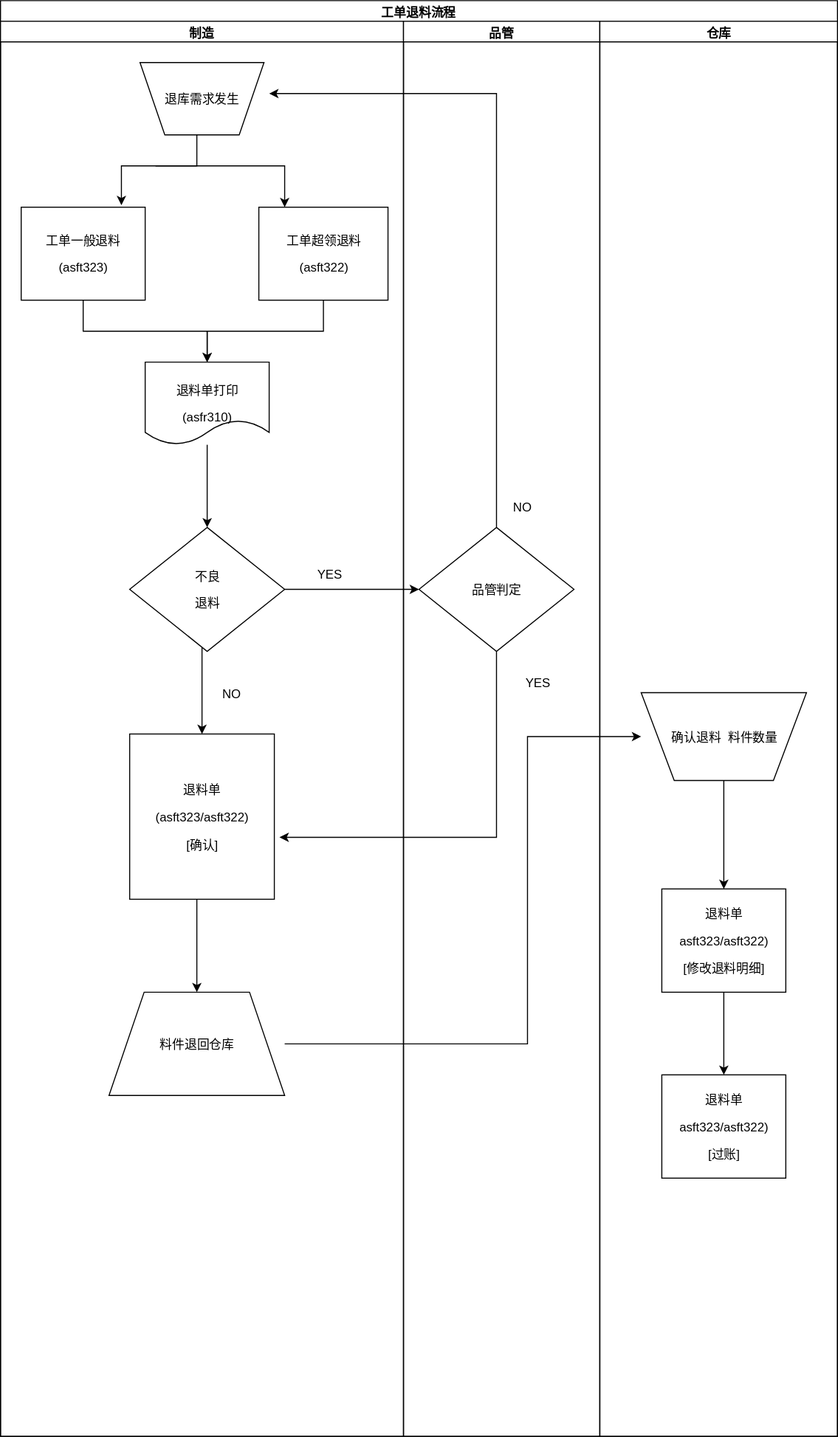
This is ver01/ASF011.svg from ft2017/sop, a draw.io export, as it was before one commit. Source tidied: cells renumbered, new cells last; positions are measured from the earlier drawing's top-left corner, leaving out a move shared by most shapes. Its diagram source:
```xml
<mxGraphModel background="#ffffff">
  <root>
    <mxCell id="0" />
    <mxCell id="1" parent="0" />
    <mxCell id="2" value="&lt;b&gt;&lt;span&gt;工单退料流程&lt;/span&gt;&lt;/b&gt;" style="swimlane;html=1;startSize=20;" parent="1" vertex="1">
      <mxGeometry width="810" height="1390" as="geometry" />
    </mxCell>
    <mxCell id="3" value="制造" style="swimlane;html=1;startSize=20;" parent="2" vertex="1">
      <mxGeometry y="20" width="390" height="1370" as="geometry" />
    </mxCell>
    <mxCell id="4" style="edgeStyle=orthogonalEdgeStyle;rounded=0;html=1;entryX=0.808;entryY=-0.022;entryPerimeter=0;jettySize=auto;" parent="3" edge="1" source="5" target="7">
      <mxGeometry relative="1" as="geometry">
        <Array as="points">
          <mxPoint x="190" y="140" />
          <mxPoint x="117" y="140" />
        </Array>
      </mxGeometry>
    </mxCell>
    <mxCell id="5" value="退库需求发生" style="shape=trapezoid;whiteSpace=wrap;html=1;flipV=1;" parent="3" vertex="1">
      <mxGeometry x="135" y="40" width="120" height="70" as="geometry" />
    </mxCell>
    <mxCell id="6" style="edgeStyle=elbowEdgeStyle;rounded=0;html=1;entryX=0.5;entryY=0;jettySize=auto;" parent="3" edge="1" source="7" target="10">
      <mxGeometry relative="1" as="geometry" />
    </mxCell>
    <mxCell id="7" value="&lt;p&gt;&lt;span&gt;工单一般退料&lt;/span&gt;&lt;/p&gt;&lt;p align=&quot;center&quot;&gt;&lt;span lang=&quot;EN-US&quot;&gt;(asft323)&lt;/span&gt;&lt;/p&gt;" style="whiteSpace=wrap;html=1;" parent="3" vertex="1">
      <mxGeometry x="20" y="180" width="120" height="90" as="geometry" />
    </mxCell>
    <mxCell id="8" value="&lt;p&gt;&lt;span&gt;工单超领退料&lt;/span&gt;&lt;/p&gt;&lt;p align=&quot;center&quot;&gt;&lt;span lang=&quot;EN-US&quot;&gt;(asft322)&lt;/span&gt;&lt;/p&gt;" style="whiteSpace=wrap;html=1;" parent="3" vertex="1">
      <mxGeometry x="250" y="180" width="125" height="90" as="geometry" />
    </mxCell>
    <mxCell id="9" style="edgeStyle=elbowEdgeStyle;rounded=0;html=1;entryX=0.5;entryY=0;jettySize=auto;" parent="3" edge="1" source="10" target="12">
      <mxGeometry relative="1" as="geometry" />
    </mxCell>
    <mxCell id="10" value="&lt;p align=&quot;center&quot;&gt;&lt;span&gt;退料单打印&lt;/span&gt;&lt;/p&gt;&lt;p align=&quot;center&quot;&gt;&lt;span lang=&quot;EN-US&quot;&gt;(asfr310)&lt;/span&gt;&lt;/p&gt;" style="shape=document;whiteSpace=wrap;html=1;" parent="3" vertex="1">
      <mxGeometry x="140" y="330" width="120" height="80" as="geometry" />
    </mxCell>
    <mxCell id="11" style="edgeStyle=elbowEdgeStyle;rounded=0;html=1;entryX=0.5;entryY=0;jettySize=auto;" parent="3" edge="1" source="12" target="14">
      <mxGeometry relative="1" as="geometry" />
    </mxCell>
    <mxCell id="12" value="&lt;p align=&quot;center&quot;&gt;&lt;span&gt;不良&lt;/span&gt;&lt;/p&gt;&lt;p align=&quot;center&quot;&gt;&lt;span&gt;退料&lt;/span&gt;&lt;/p&gt;" style="rhombus;whiteSpace=wrap;html=1;" parent="3" vertex="1">
      <mxGeometry x="125" y="490" width="150" height="120" as="geometry" />
    </mxCell>
    <mxCell id="13" style="edgeStyle=elbowEdgeStyle;rounded=0;html=1;entryX=0.5;entryY=0;jettySize=auto;" parent="3" edge="1" source="14" target="15">
      <mxGeometry relative="1" as="geometry" />
    </mxCell>
    <mxCell id="14" value="&lt;p align=&quot;center&quot;&gt;&lt;span&gt;退料单&lt;/span&gt;&lt;/p&gt;&lt;p align=&quot;center&quot;&gt;&lt;span lang=&quot;EN-US&quot;&gt;(asft323/asft322)&lt;/span&gt;&lt;/p&gt;&lt;p align=&quot;center&quot;&gt;&lt;span lang=&quot;EN-US&quot;&gt;[&lt;/span&gt;&lt;span&gt;确认&lt;span lang=&quot;EN-US&quot;&gt;]&lt;/span&gt;&lt;/span&gt;&lt;/p&gt;" style="whiteSpace=wrap;html=1;" parent="3" vertex="1">
      <mxGeometry x="125" y="690" width="140" height="160" as="geometry" />
    </mxCell>
    <mxCell id="15" value="&lt;p align=&quot;center&quot;&gt;&lt;span&gt;料件退回仓库&lt;/span&gt;&lt;/p&gt;" style="shape=trapezoid;whiteSpace=wrap;html=1;" parent="3" vertex="1">
      <mxGeometry x="105" y="940" width="170" height="100" as="geometry" />
    </mxCell>
    <mxCell id="16" style="edgeStyle=elbowEdgeStyle;rounded=0;html=1;jettySize=auto;orthogonalLoop=1;" parent="3" edge="1">
      <mxGeometry relative="1" as="geometry">
        <mxPoint x="150" y="140" as="sourcePoint" />
        <mxPoint x="275" y="180" as="targetPoint" />
        <Array as="points">
          <mxPoint x="275" y="140" />
        </Array>
      </mxGeometry>
    </mxCell>
    <mxCell id="17" value="品管" style="swimlane;html=1;startSize=20;" parent="2" vertex="1">
      <mxGeometry x="390" y="20" width="190" height="1370" as="geometry" />
    </mxCell>
    <mxCell id="18" value="&lt;p align=&quot;center&quot;&gt;&lt;span&gt;品管判定&lt;/span&gt;&lt;/p&gt;" style="rhombus;whiteSpace=wrap;html=1;" parent="17" vertex="1">
      <mxGeometry x="15" y="490" width="150" height="120" as="geometry" />
    </mxCell>
    <mxCell id="19" value="NO" style="text;html=1;strokeColor=none;fillColor=none;align=center;verticalAlign=middle;whiteSpace=wrap;" parent="17" vertex="1">
      <mxGeometry x="95" y="460" width="40" height="20" as="geometry" />
    </mxCell>
    <mxCell id="20" value="YES" style="text;html=1;strokeColor=none;fillColor=none;align=center;verticalAlign=middle;whiteSpace=wrap;" parent="17" vertex="1">
      <mxGeometry x="110" y="630" width="40" height="20" as="geometry" />
    </mxCell>
    <mxCell id="21" value="仓库" style="swimlane;html=1;startSize=20;align=center;whiteSpace=wrap;" parent="2" vertex="1">
      <mxGeometry x="580" y="20" width="230" height="1370" as="geometry" />
    </mxCell>
    <mxCell id="22" style="edgeStyle=elbowEdgeStyle;rounded=0;html=1;entryX=0.5;entryY=0;jettySize=auto;" parent="21" edge="1" source="23" target="25">
      <mxGeometry relative="1" as="geometry" />
    </mxCell>
    <mxCell id="23" value="&lt;p align=&quot;center&quot;&gt;&lt;span&gt;确认退料&amp;nbsp; 料件数量&lt;/span&gt;&lt;/p&gt;" style="shape=trapezoid;whiteSpace=wrap;html=1;flipV=1;" parent="21" vertex="1">
      <mxGeometry x="40" y="650" width="160" height="85" as="geometry" />
    </mxCell>
    <mxCell id="24" style="edgeStyle=elbowEdgeStyle;rounded=0;html=1;jettySize=auto;" parent="21" edge="1" source="25" target="26">
      <mxGeometry relative="1" as="geometry" />
    </mxCell>
    <mxCell id="25" value="&lt;p align=&quot;center&quot;&gt;&lt;span&gt;退料单&lt;/span&gt;&lt;/p&gt;&lt;p align=&quot;center&quot;&gt;&lt;span lang=&quot;EN-US&quot;&gt;asft323/asft322)&lt;/span&gt;&lt;/p&gt;&lt;p align=&quot;center&quot;&gt;&lt;span lang=&quot;EN-US&quot;&gt;[&lt;/span&gt;&lt;span&gt;修改退料明细&lt;/span&gt;&lt;span lang=&quot;EN-US&quot;&gt;]&lt;/span&gt;&lt;/p&gt;" style="whiteSpace=wrap;html=1;align=center;" parent="21" vertex="1">
      <mxGeometry x="60" y="840" width="120" height="100" as="geometry" />
    </mxCell>
    <mxCell id="26" value="&lt;p align=&quot;center&quot;&gt;&lt;span&gt;退料单&lt;/span&gt;&lt;/p&gt;&lt;p align=&quot;center&quot;&gt;&lt;span lang=&quot;EN-US&quot;&gt;asft323/asft322)&lt;/span&gt;&lt;/p&gt;&lt;p align=&quot;center&quot;&gt;&lt;span lang=&quot;EN-US&quot;&gt;[&lt;/span&gt;&lt;span&gt;过账&lt;span lang=&quot;EN-US&quot;&gt;]&lt;/span&gt;&lt;/span&gt;&lt;/p&gt;" style="whiteSpace=wrap;html=1;align=center;" parent="21" vertex="1">
      <mxGeometry x="60" y="1020" width="120" height="100" as="geometry" />
    </mxCell>
    <mxCell id="27" style="edgeStyle=elbowEdgeStyle;rounded=0;html=1;jettySize=auto;" parent="2" edge="1" source="12" target="18">
      <mxGeometry relative="1" as="geometry" />
    </mxCell>
    <mxCell id="28" style="edgeStyle=elbowEdgeStyle;rounded=0;elbow=vertical;html=1;jettySize=auto;" parent="2" edge="1" source="18">
      <mxGeometry relative="1" as="geometry">
        <mxPoint x="260" y="90" as="targetPoint" />
        <Array as="points">
          <mxPoint x="270" y="90" />
          <mxPoint x="240" y="90" />
          <mxPoint x="250" y="90" />
          <mxPoint x="460" y="90" />
        </Array>
      </mxGeometry>
    </mxCell>
    <mxCell id="29" style="edgeStyle=elbowEdgeStyle;rounded=0;html=1;jettySize=auto;" parent="2" edge="1" source="15" target="23">
      <mxGeometry relative="1" as="geometry">
        <Array as="points">
          <mxPoint x="510" y="870" />
        </Array>
      </mxGeometry>
    </mxCell>
    <mxCell id="30" style="edgeStyle=elbowEdgeStyle;rounded=0;html=1;jettySize=auto;elbow=vertical;" parent="1" edge="1" source="8">
      <mxGeometry relative="1" as="geometry">
        <mxPoint x="200" y="350" as="targetPoint" />
      </mxGeometry>
    </mxCell>
    <mxCell id="31" value="YES" style="text;html=1;align=left;verticalAlign=top;spacingTop=-4;" parent="1" vertex="1">
      <mxGeometry x="305" y="546" width="40" height="20" as="geometry" />
    </mxCell>
    <mxCell id="32" value="NO" style="text;html=1;align=left;verticalAlign=top;spacingTop=-4;" parent="1" vertex="1">
      <mxGeometry x="213" y="662" width="30" height="20" as="geometry" />
    </mxCell>
    <mxCell id="33" style="edgeStyle=elbowEdgeStyle;rounded=0;elbow=vertical;html=1;jettySize=auto;" parent="1" edge="1" source="18">
      <mxGeometry relative="1" as="geometry">
        <mxPoint x="270" y="810" as="targetPoint" />
        <Array as="points">
          <mxPoint x="390" y="810" />
          <mxPoint x="470" y="810" />
          <mxPoint x="320" y="690" />
          <mxPoint x="420" y="660" />
        </Array>
      </mxGeometry>
    </mxCell>
  </root>
</mxGraphModel>
```
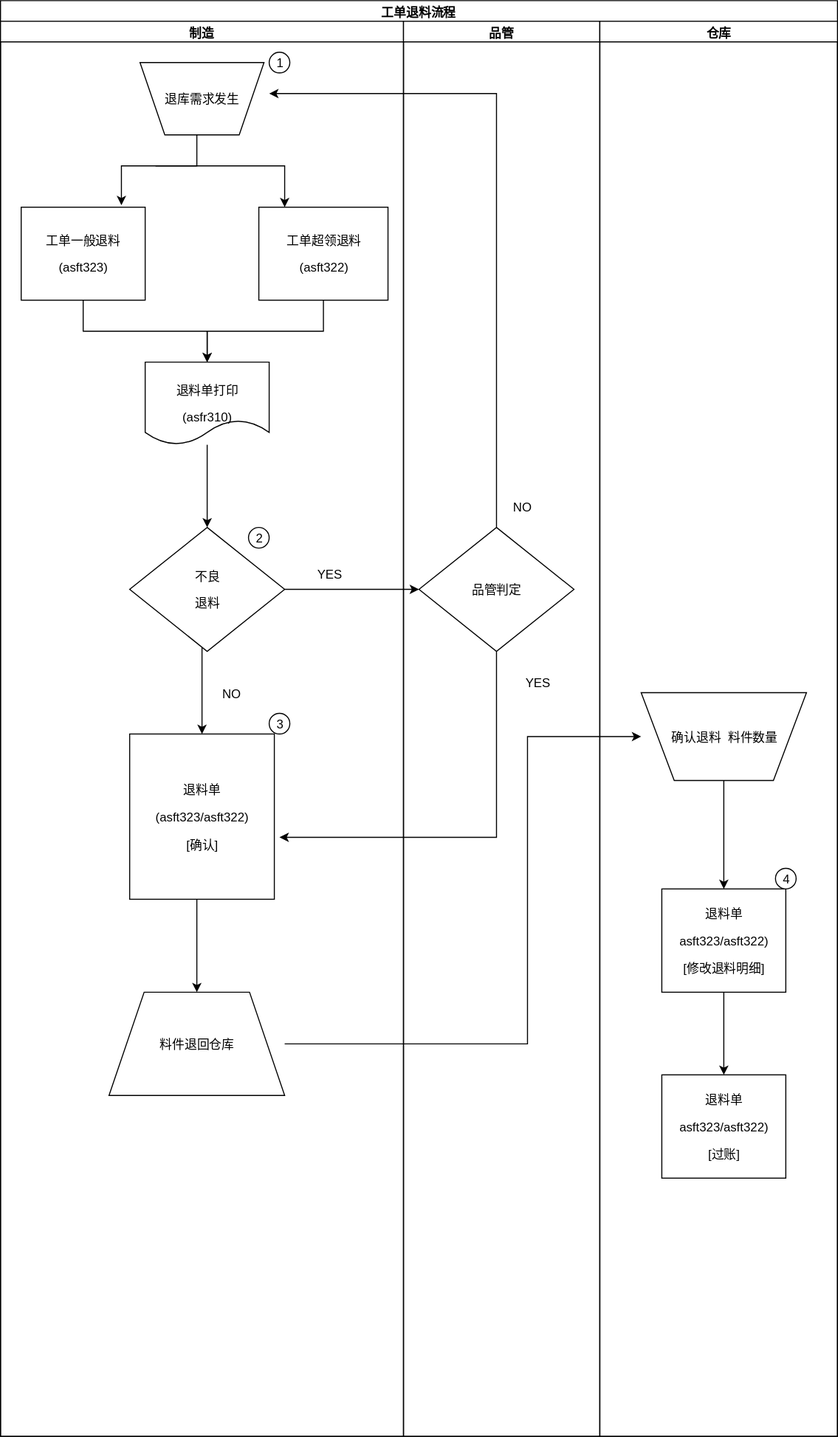
After the commit.

What changed in the source:
```diff
@@ -58,6 +58,15 @@
         </Array>
       </mxGeometry>
     </mxCell>
+    <mxCell id="34" value="1" style="ellipse;whiteSpace=wrap;html=1;align=center;" parent="3" vertex="1">
+      <mxGeometry x="260" y="30" width="20" height="20" as="geometry" />
+    </mxCell>
+    <mxCell id="35" value="2" style="ellipse;whiteSpace=wrap;html=1;align=center;" parent="3" vertex="1">
+      <mxGeometry x="240" y="489.7" width="20" height="20" as="geometry" />
+    </mxCell>
+    <mxCell id="36" value="3" style="ellipse;whiteSpace=wrap;html=1;align=center;" parent="3" vertex="1">
+      <mxGeometry x="260" y="670" width="20" height="20" as="geometry" />
+    </mxCell>
     <mxCell id="17" value="品管" style="swimlane;html=1;startSize=20;" parent="2" vertex="1">
       <mxGeometry x="390" y="20" width="190" height="1370" as="geometry" />
     </mxCell>
@@ -88,6 +97,9 @@
     <mxCell id="26" value="&lt;p align=&quot;center&quot;&gt;&lt;span&gt;退料单&lt;/span&gt;&lt;/p&gt;&lt;p align=&quot;center&quot;&gt;&lt;span lang=&quot;EN-US&quot;&gt;asft323/asft322)&lt;/span&gt;&lt;/p&gt;&lt;p align=&quot;center&quot;&gt;&lt;span lang=&quot;EN-US&quot;&gt;[&lt;/span&gt;&lt;span&gt;过账&lt;span lang=&quot;EN-US&quot;&gt;]&lt;/span&gt;&lt;/span&gt;&lt;/p&gt;" style="whiteSpace=wrap;html=1;align=center;" parent="21" vertex="1">
       <mxGeometry x="60" y="1020" width="120" height="100" as="geometry" />
     </mxCell>
+    <mxCell id="37" value="4" style="ellipse;whiteSpace=wrap;html=1;align=center;" parent="21" vertex="1">
+      <mxGeometry x="170" y="820" width="20" height="20" as="geometry" />
+    </mxCell>
     <mxCell id="27" style="edgeStyle=elbowEdgeStyle;rounded=0;html=1;jettySize=auto;" parent="2" edge="1" source="12" target="18">
       <mxGeometry relative="1" as="geometry" />
     </mxCell>
```
